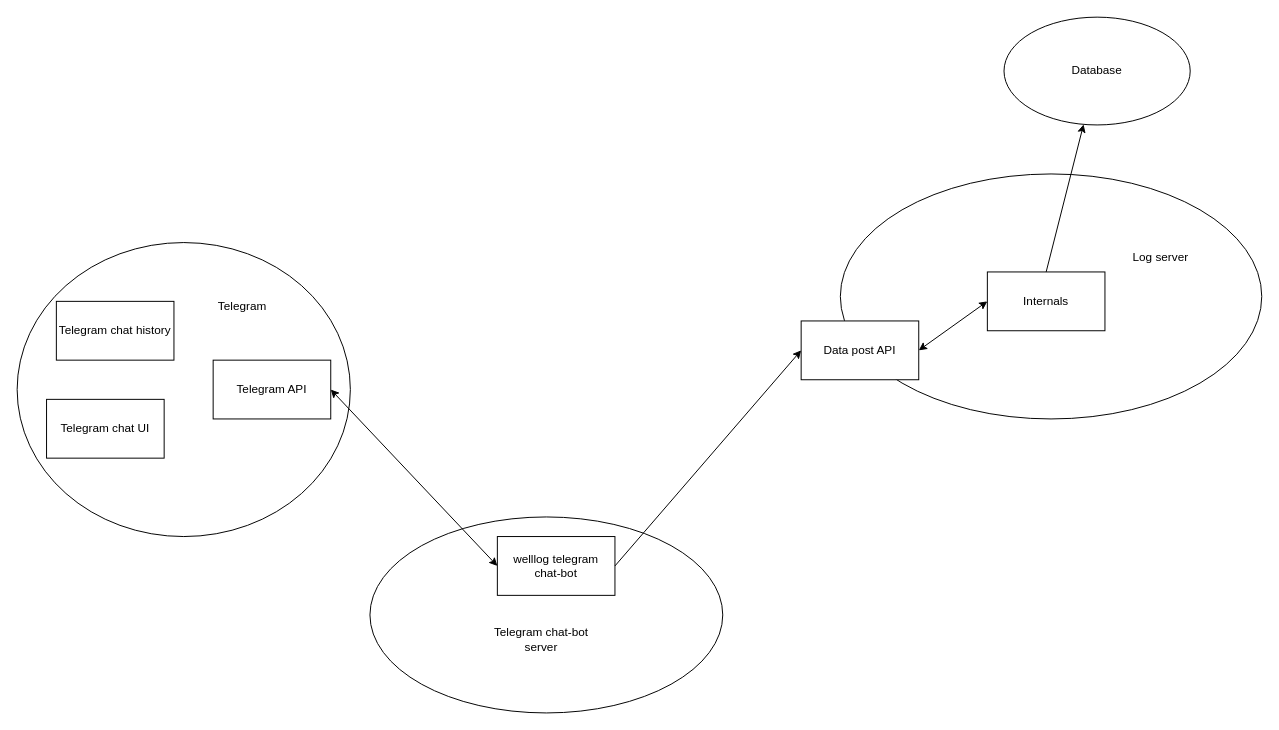
Before: Specification/Architecture.drawio in WayArts/log-ios-client, a draw.io diagram. Source tidied: cells renumbered, new cells numbered last; positions are measured from the earlier drawing's top-left corner, leaving out a move shared by most shapes. Both pictures are drawn from the tidied source at 98%, with x=0, y=0 at pixel (17, 17).
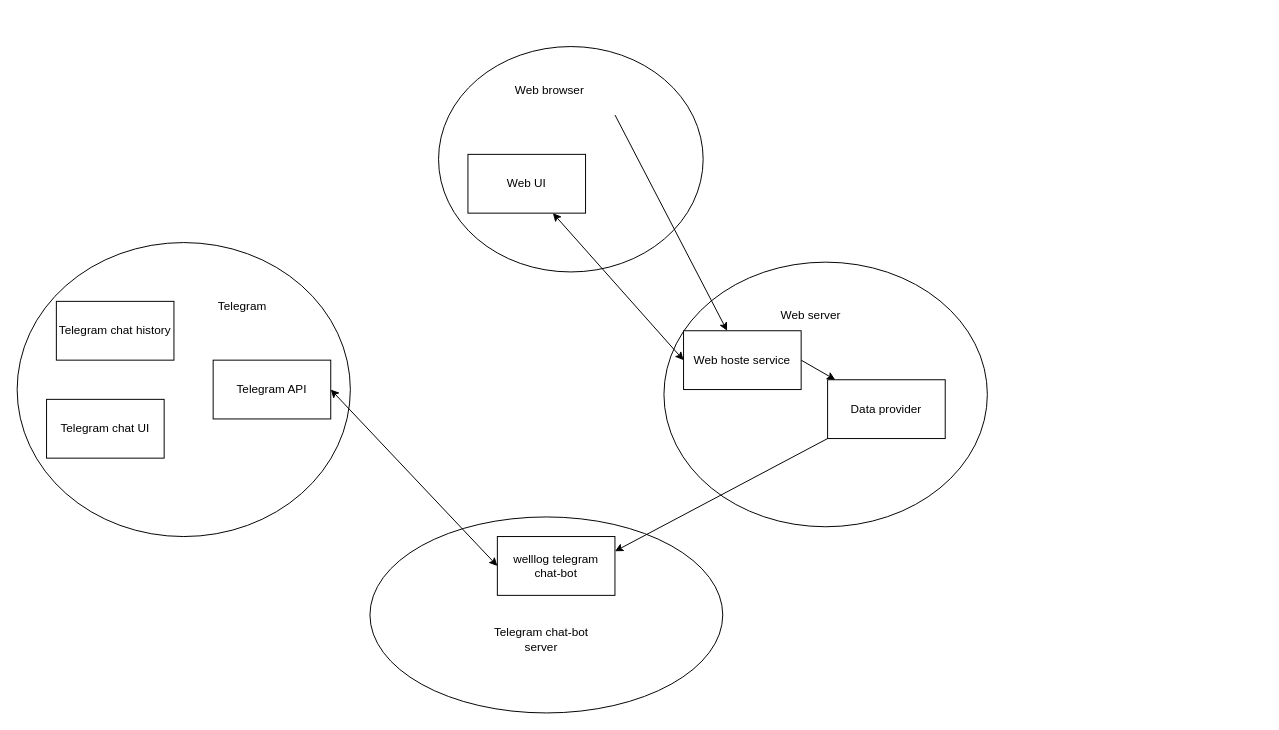
The same page after the edit.

Unchanged cells that the change refers to:
```xml
<mxCell id="8" value="welllog telegram&lt;br&gt;chat-bot" style="rounded=0;whiteSpace=wrap;html=1;" parent="1" vertex="1">
  <mxGeometry x="490" y="530" width="120" height="60" as="geometry" />
</mxCell>
```

The edit, as a diff of the source:
```diff
@@
+    <mxCell id="19" style="ellipse;whiteSpace=wrap;html=1;" parent="1" vertex="1">
+      <mxGeometry x="660" y="250" width="330" height="270" as="geometry" />
+    </mxCell>
@@
-    <mxCell id="3" style="ellipse;whiteSpace=wrap;html=1;" parent="1" vertex="1">
-      <mxGeometry x="840" y="160" width="430" height="250" as="geometry" />
-    </mxCell>
@@
-    <mxCell id="10" style="endArrow=classic;html=1;rounded=0;entryX=0;entryY=0.5;entryDx=0;entryDy=0;exitX=1;exitY=0.5;exitDx=0;exitDy=0;" parent="1" edge="1" source="8" target="14">
-      <mxGeometry relative="1" as="geometry" />
-    </mxCell>
-    <mxCell id="11" value="Log server" style="text;html=1;strokeColor=none;fillColor=none;align=center;verticalAlign=middle;whiteSpace=wrap;rounded=0;" parent="1" vertex="1">
-      <mxGeometry x="1137" y="230" width="60" height="30" as="geometry" />
-    </mxCell>
@@
-    <mxCell id="13" value="Internals" style="rounded=0;whiteSpace=wrap;html=1;" parent="1" vertex="1">
-      <mxGeometry x="990" y="260" width="120" height="60" as="geometry" />
-    </mxCell>
-    <mxCell id="14" value="Data post API" style="rounded=0;whiteSpace=wrap;html=1;" parent="1" vertex="1">
-      <mxGeometry x="800" y="310" width="120" height="60" as="geometry" />
-    </mxCell>
@@
-    <mxCell id="16" style="endArrow=classic;startArrow=classic;html=1;rounded=0;exitX=1;exitY=0.5;exitDx=0;exitDy=0;entryX=0;entryY=0.5;entryDx=0;entryDy=0;" parent="1" edge="1" source="14" target="13">
-      <mxGeometry relative="1" as="geometry" />
-    </mxCell>
-    <mxCell id="17" value="Database" style="ellipse;whiteSpace=wrap;html=1;" parent="1" vertex="1">
-      <mxGeometry x="1007" width="190" height="110" as="geometry" />
-    </mxCell>
-    <mxCell id="18" style="endArrow=classic;html=1;rounded=0;exitX=0.5;exitY=0;exitDx=0;exitDy=0;" parent="1" edge="1" source="13" target="17">
-      <mxGeometry relative="1" as="geometry" />
-    </mxCell>
+    <mxCell id="20" style="ellipse;whiteSpace=wrap;html=1;" parent="1" vertex="1">
+      <mxGeometry x="430" y="30" width="270" height="230" as="geometry" />
+    </mxCell>
+    <mxCell id="21" value="Web UI" style="rounded=0;whiteSpace=wrap;html=1;" parent="1" vertex="1">
+      <mxGeometry x="460" y="140" width="120" height="60" as="geometry" />
+    </mxCell>
+    <mxCell id="22" value="Web browser" style="text;html=1;strokeColor=none;fillColor=none;align=center;verticalAlign=middle;whiteSpace=wrap;rounded=0;" parent="1" vertex="1">
+      <mxGeometry x="507" y="60" width="73" height="30" as="geometry" />
+    </mxCell>
+    <mxCell id="23" value="Web hoste service" style="rounded=0;whiteSpace=wrap;html=1;" parent="1" vertex="1">
+      <mxGeometry x="680" y="320" width="120" height="60" as="geometry" />
+    </mxCell>
+    <mxCell id="24" value="Web server" style="text;html=1;strokeColor=none;fillColor=none;align=center;verticalAlign=middle;whiteSpace=wrap;rounded=0;" parent="1" vertex="1">
+      <mxGeometry x="770" y="290" width="80" height="30" as="geometry" />
+    </mxCell>
+    <mxCell id="25" style="endArrow=classic;html=1;rounded=0;exitX=0.667;exitY=0.304;exitDx=0;exitDy=0;exitPerimeter=0;" parent="1" edge="1" source="20" target="23">
+      <mxGeometry relative="1" as="geometry" />
+    </mxCell>
+    <mxCell id="26" value="Data provider" style="rounded=0;whiteSpace=wrap;html=1;" parent="1" vertex="1">
+      <mxGeometry x="827" y="370" width="120" height="60" as="geometry" />
+    </mxCell>
+    <mxCell id="27" style="endArrow=classic;startArrow=classic;html=1;rounded=0;exitX=0;exitY=0.5;exitDx=0;exitDy=0;" parent="1" edge="1" source="23" target="21">
+      <mxGeometry relative="1" as="geometry" />
+    </mxCell>
+    <mxCell id="28" style="endArrow=classic;html=1;rounded=0;exitX=1;exitY=0.5;exitDx=0;exitDy=0;" parent="1" edge="1" source="23" target="26">
+      <mxGeometry relative="1" as="geometry" />
+    </mxCell>
+    <mxCell id="29" style="endArrow=classic;html=1;rounded=0;exitX=0;exitY=1;exitDx=0;exitDy=0;entryX=1;entryY=0.25;entryDx=0;entryDy=0;" parent="1" edge="1" source="26" target="8">
+      <mxGeometry relative="1" as="geometry" />
+    </mxCell>
```
